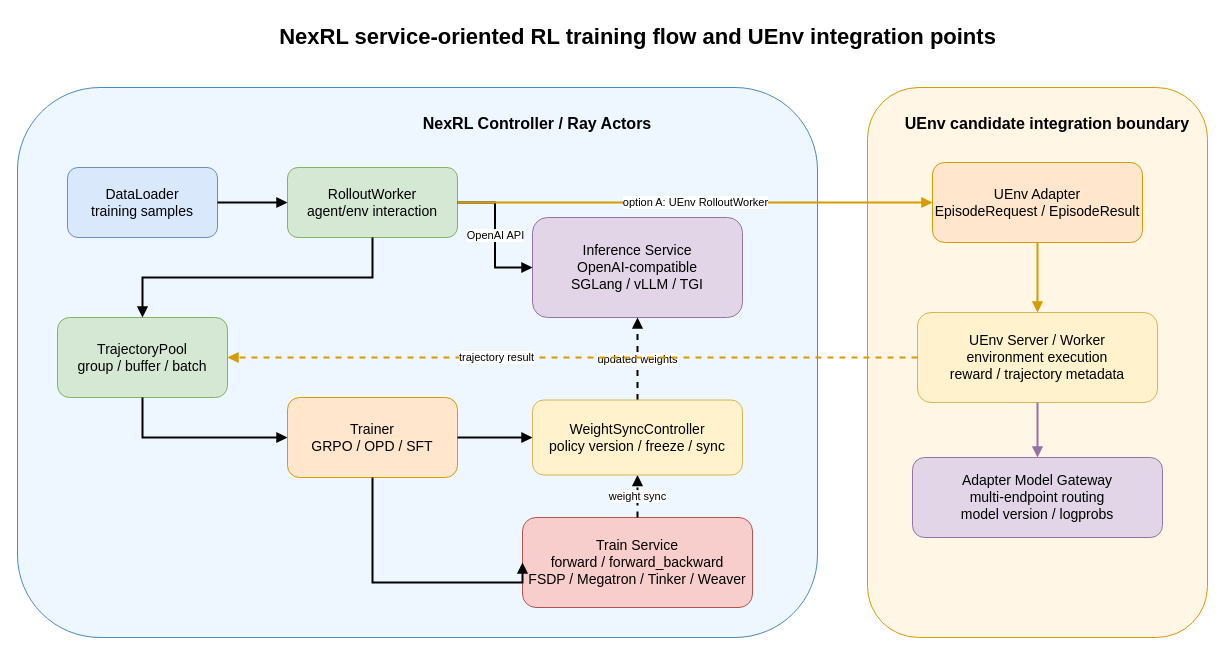
Earlier version of the draw.io diagram uenv-bridge/docs/asset/nexrl-architecture-uenv.drawio (audreyyan1015/uenv_pre_release). Source tidied: cells renumbered, new cells numbered last; positions are measured from the earlier drawing's top-left corner, leaving out a move shared by most shapes. Both pictures are drawn from the tidied source at 100%, with x=0, y=0 at pixel (17, 17).
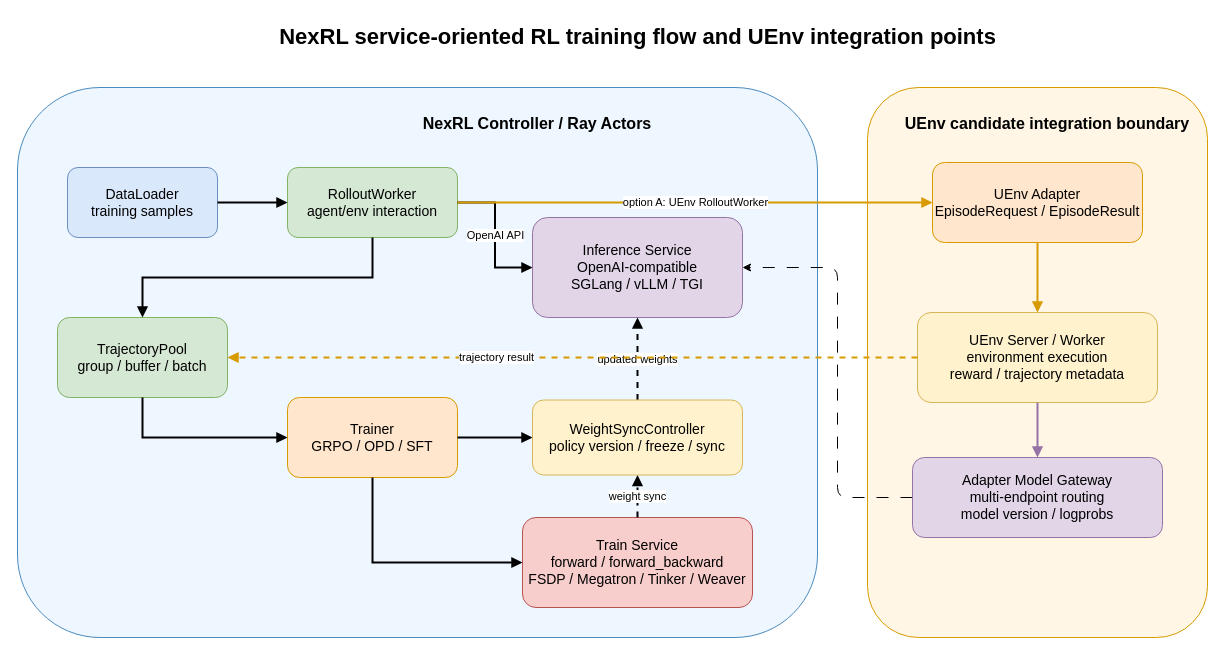
After the change.

Commit message (it also covers changes not shown here):
docs(nexrl): 优化了图片的排版问题，避免线段文字被遮挡

Unchanged cells that the change refers to:
```xml
<mxCell id="7" value="Inference Service&#10;OpenAI-compatible&#10;SGLang / vLLM / TGI" style="rounded=1;whiteSpace=wrap;html=1;fillColor=#e1d5e7;strokeColor=#9673a6;fontSize=14;" parent="1" vertex="1">
  <mxGeometry x="515" y="200" width="210" height="100" as="geometry" />
</mxCell>
<mxCell id="9" value="Trainer&#10;GRPO / OPD / SFT" style="rounded=1;whiteSpace=wrap;html=1;fillColor=#ffe6cc;strokeColor=#d79b00;fontSize=14;" parent="1" vertex="1">
  <mxGeometry x="270" y="380" width="170" height="80" as="geometry" />
</mxCell>
<mxCell id="10" value="Train Service&#10;forward / forward_backward&#10;FSDP / Megatron / Tinker / Weaver" style="rounded=1;whiteSpace=wrap;html=1;fillColor=#f8cecc;strokeColor=#b85450;fontSize=14;" parent="1" vertex="1">
  <mxGeometry x="505" y="500" width="230" height="90" as="geometry" />
</mxCell>
<mxCell id="13" value="Adapter Model Gateway&#10;multi-endpoint routing&#10;model version / logprobs" style="rounded=1;whiteSpace=wrap;html=1;fillColor=#e1d5e7;strokeColor=#9673a6;fontSize=14;" parent="1" vertex="1">
  <mxGeometry x="895" y="440" width="250" height="80" as="geometry" />
</mxCell>
```

What changed in the source:
```diff
@@
+    <mxCell id="29" style="edgeStyle=orthogonalEdgeStyle;html=1;entryX=1;entryY=0.5;entryDx=0;entryDy=0;fontFamily=Helvetica;fontSize=12;fontColor=default;dashed=1;dashPattern=12 12;" parent="1" edge="1" source="13" target="7">
+      <mxGeometry relative="1" as="geometry">
+        <Array as="points">
+          <mxPoint x="820" y="480" />
+          <mxPoint x="820" y="250" />
+        </Array>
+      </mxGeometry>
+    </mxCell>
@@
     <mxCell id="17" style="edgeStyle=orthogonalEdgeStyle;rounded=0;jettySize=auto;html=1;endArrow=block;strokeWidth=2;exitX=0.5;exitY=1;exitDx=0;exitDy=0;entryX=0;entryY=0.5;entryDx=0;entryDy=0;" parent="1" edge="1" source="9" target="10">
       <mxGeometry relative="1" as="geometry">
         <Array as="points">
-          <mxPoint x="355" y="565" />
+          <mxPoint x="355" y="545" />
         </Array>
       </mxGeometry>
     </mxCell>
```
